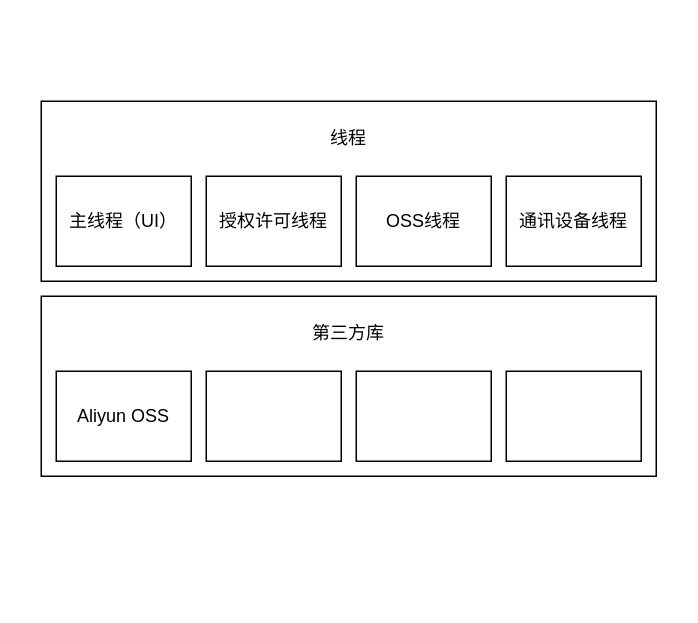
Above: page "软件组件构成图" (1 of 2) of 未命名绘图.drawio in SummerFalls/DrawIO (draw.io), before the change. Source tidied: cells renumbered, new cells numbered last; positions are measured from the earlier drawing's top-left corner, leaving out a move shared by most shapes. Both pictures are drawn from the tidied source at 150%, with x=0, y=0 at pixel (40, 100).
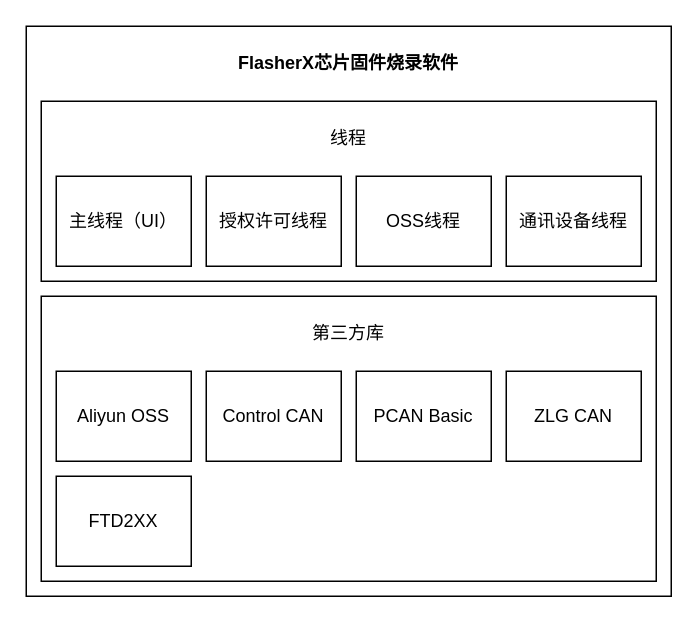
The same page after the edit.

Commit message (it also covers changes not shown here):
更新未命名绘图.drawio

The edit, as a diff of the source:
```diff
@@
 <mxGraphModel>
   <root>
     <mxCell id="0" />
     <mxCell id="1" parent="0" />
+    <mxCell id="14" style="rounded=0;whiteSpace=wrap;html=1;" parent="1" vertex="1">
+      <mxGeometry x="-10" y="-50" width="430" height="380" as="geometry" />
+    </mxCell>
     <mxCell id="2" style="rounded=0;whiteSpace=wrap;html=1;" parent="1" vertex="1">
       <mxGeometry width="410" height="120" as="geometry" />
     </mxCell>
     <mxCell id="3" value="主线程（UI）" style="rounded=0;whiteSpace=wrap;html=1;" parent="1" vertex="1">
       <mxGeometry x="10" y="50" width="90" height="60" as="geometry" />
     </mxCell>
     <mxCell id="4" value="授权许可线程" style="rounded=0;whiteSpace=wrap;html=1;" parent="1" vertex="1">
       <mxGeometry x="110" y="50" width="90" height="60" as="geometry" />
     </mxCell>
     <mxCell id="5" value="OSS线程" style="rounded=0;whiteSpace=wrap;html=1;" parent="1" vertex="1">
       <mxGeometry x="210" y="50" width="90" height="60" as="geometry" />
     </mxCell>
     <mxCell id="6" value="通讯设备线程" style="rounded=0;whiteSpace=wrap;html=1;" parent="1" vertex="1">
       <mxGeometry x="310" y="50" width="90" height="60" as="geometry" />
     </mxCell>
     <mxCell id="7" value="线程" style="text;html=1;strokeColor=none;fillColor=none;align=center;verticalAlign=middle;whiteSpace=wrap;rounded=0;" parent="1" vertex="1">
       <mxGeometry x="10" y="10" width="390" height="30" as="geometry" />
     </mxCell>
     <mxCell id="8" style="rounded=0;whiteSpace=wrap;html=1;" parent="1" vertex="1">
-      <mxGeometry y="130" width="410" height="120" as="geometry" />
+      <mxGeometry y="130" width="410" height="190" as="geometry" />
     </mxCell>
     <mxCell id="9" value="Aliyun OSS" style="rounded=0;whiteSpace=wrap;html=1;" parent="1" vertex="1">
       <mxGeometry x="10" y="180" width="90" height="60" as="geometry" />
     </mxCell>
-    <mxCell id="10" style="rounded=0;whiteSpace=wrap;html=1;" parent="1" vertex="1">
+    <mxCell id="10" value="Control CAN" style="rounded=0;whiteSpace=wrap;html=1;" parent="1" vertex="1">
       <mxGeometry x="110" y="180" width="90" height="60" as="geometry" />
     </mxCell>
-    <mxCell id="11" style="rounded=0;whiteSpace=wrap;html=1;" parent="1" vertex="1">
+    <mxCell id="11" value="PCAN Basic" style="rounded=0;whiteSpace=wrap;html=1;" parent="1" vertex="1">
       <mxGeometry x="210" y="180" width="90" height="60" as="geometry" />
     </mxCell>
-    <mxCell id="12" style="rounded=0;whiteSpace=wrap;html=1;" parent="1" vertex="1">
+    <mxCell id="12" value="ZLG CAN" style="rounded=0;whiteSpace=wrap;html=1;" parent="1" vertex="1">
       <mxGeometry x="310" y="180" width="90" height="60" as="geometry" />
     </mxCell>
     <mxCell id="13" value="第三方库" style="text;html=1;strokeColor=none;fillColor=none;align=center;verticalAlign=middle;whiteSpace=wrap;rounded=0;" parent="1" vertex="1">
       <mxGeometry x="10" y="140" width="390" height="30" as="geometry" />
     </mxCell>
+    <mxCell id="15" value="FTD2XX" style="rounded=0;whiteSpace=wrap;html=1;" parent="1" vertex="1">
+      <mxGeometry x="10" y="250" width="90" height="60" as="geometry" />
+    </mxCell>
+    <mxCell id="16" value="FlasherX芯片固件烧录软件" style="text;html=1;strokeColor=none;fillColor=none;align=center;verticalAlign=middle;whiteSpace=wrap;rounded=0;fontStyle=1;" parent="1" vertex="1">
+      <mxGeometry y="-40" width="410" height="30" as="geometry" />
+    </mxCell>
   </root>
 </mxGraphModel>
```
